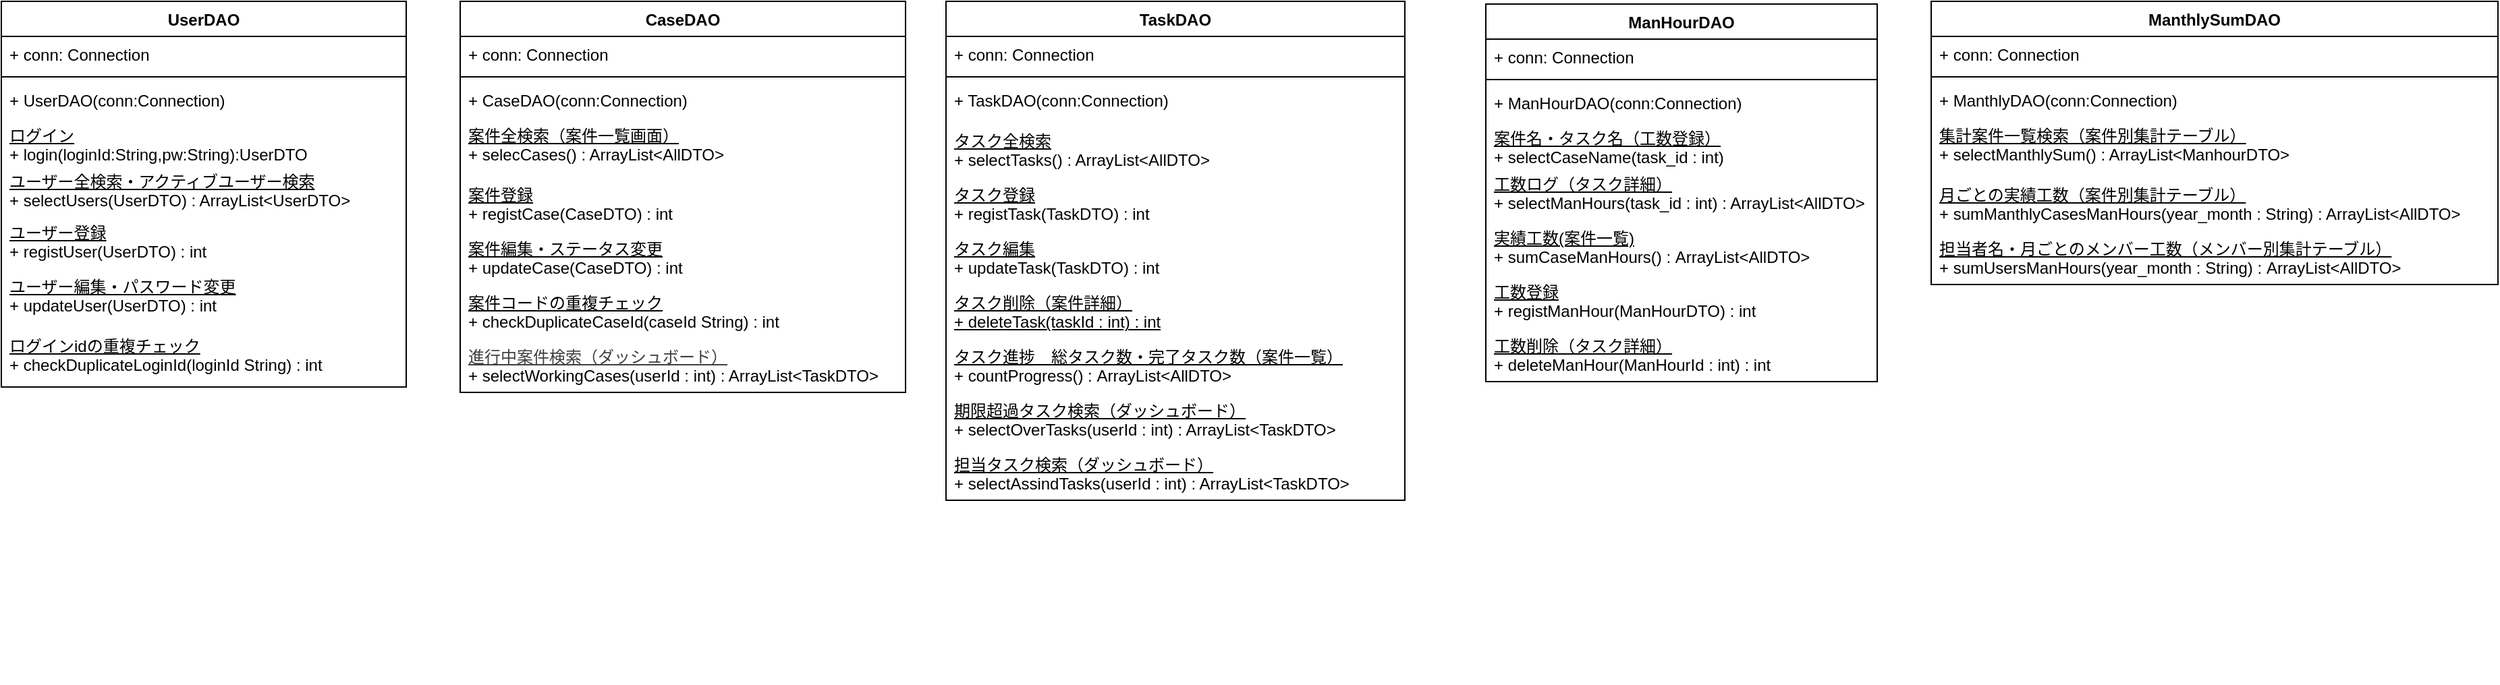
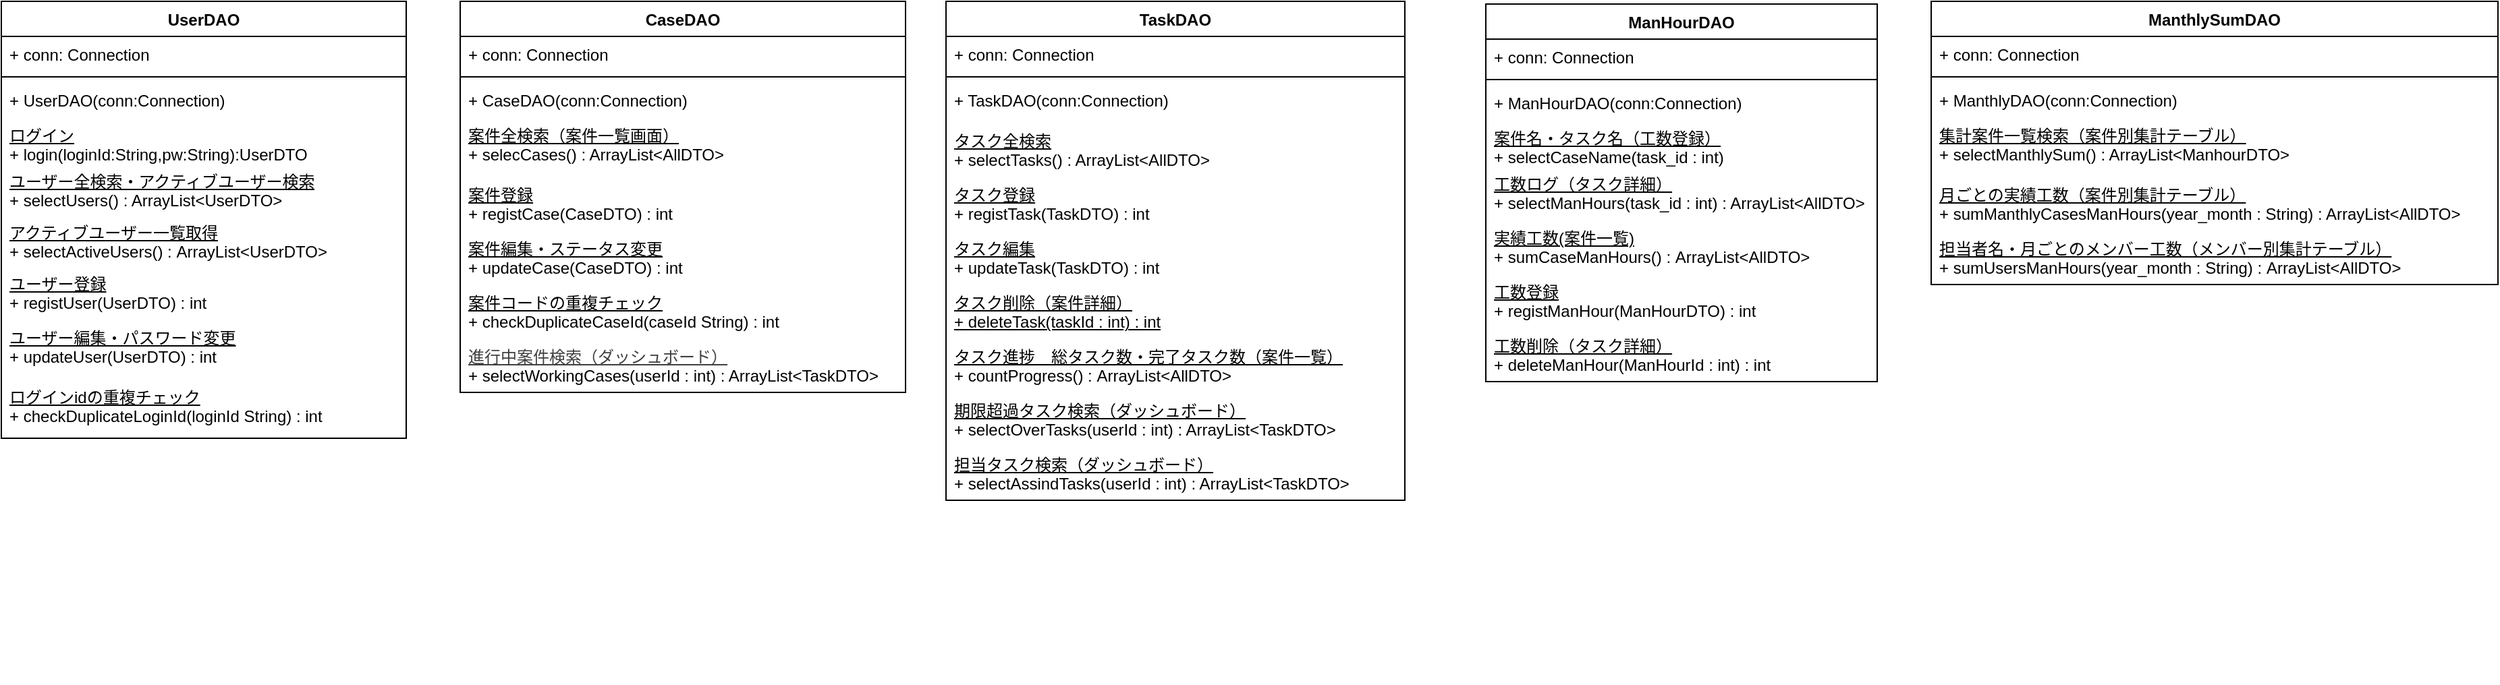
<mxfile host="65bd71144e">
    <diagram id="FiwLhSfAqCs7Xlh_osOK" name="ページ1">
-         <mxGraphModel dx="1072" dy="659" grid="1" gridSize="10" guides="1" tooltips="1" connect="1" arrows="1" fold="1" page="1" pageScale="1" pageWidth="827" pageHeight="1169" math="0" shadow="0">
+         <mxGraphModel dx="571" dy="549" grid="1" gridSize="10" guides="1" tooltips="1" connect="1" arrows="1" fold="1" page="1" pageScale="1" pageWidth="827" pageHeight="1169" math="0" shadow="0">
            <root>
                <mxCell id="0"/>
                <mxCell id="1" parent="0"/>
                <mxCell id="20" value="CaseDAO" style="swimlane;fontStyle=1;align=center;verticalAlign=top;childLayout=stackLayout;horizontal=1;startSize=26;horizontalStack=0;resizeParent=1;resizeParentMax=0;resizeLast=0;collapsible=1;marginBottom=0;whiteSpace=wrap;html=1;" parent="1" vertex="1">
                    <mxGeometry x="350" y="490" width="330" height="290" as="geometry"/>
                </mxCell>
                <mxCell id="21" value="+ conn: Connection" style="text;strokeColor=none;fillColor=none;align=left;verticalAlign=top;spacingLeft=4;spacingRight=4;overflow=hidden;rotatable=0;points=[[0,0.5],[1,0.5]];portConstraint=eastwest;whiteSpace=wrap;html=1;" parent="20" vertex="1">
                    <mxGeometry y="26" width="330" height="26" as="geometry"/>
                </mxCell>
                <mxCell id="22" value="" style="line;strokeWidth=1;fillColor=none;align=left;verticalAlign=middle;spacingTop=-1;spacingLeft=3;spacingRight=3;rotatable=0;labelPosition=right;points=[];portConstraint=eastwest;strokeColor=inherit;" parent="20" vertex="1">
                    <mxGeometry y="52" width="330" height="8" as="geometry"/>
                </mxCell>
                <mxCell id="23" value="+ CaseDAO(conn:Connection)" style="text;strokeColor=none;fillColor=none;align=left;verticalAlign=top;spacingLeft=4;spacingRight=4;overflow=hidden;rotatable=0;points=[[0,0.5],[1,0.5]];portConstraint=eastwest;whiteSpace=wrap;html=1;" parent="20" vertex="1">
                    <mxGeometry y="60" width="330" height="26" as="geometry"/>
                </mxCell>
                <mxCell id="30" value="&lt;div&gt;&lt;u&gt;&lt;font style=&quot;color: rgb(0, 0, 0);&quot;&gt;案件全検索（案件一覧画面）&lt;/font&gt;&lt;/u&gt;&lt;/div&gt;&lt;div&gt;&lt;font style=&quot;color: rgb(0, 0, 0);&quot;&gt;&lt;span style=&quot;background-color: transparent;&quot;&gt;+ selecCases(&lt;/span&gt;&lt;span style=&quot;background-color: transparent;&quot;&gt;) : ArrayList&amp;lt;AllDTO&amp;gt;&lt;/span&gt;&lt;/font&gt;&lt;/div&gt;" style="text;strokeColor=none;fillColor=none;align=left;verticalAlign=top;spacingLeft=4;spacingRight=4;overflow=hidden;rotatable=0;points=[[0,0.5],[1,0.5]];portConstraint=eastwest;whiteSpace=wrap;html=1;fontFamily=Helvetica;fontSize=12;fontColor=default;" parent="20" vertex="1">
                    <mxGeometry y="86" width="330" height="44" as="geometry"/>
                </mxCell>
                <mxCell id="54" value="&lt;div&gt;&lt;span&gt;&lt;u style=&quot;&quot;&gt;&lt;font style=&quot;color: rgb(0, 0, 0);&quot;&gt;案件登録&lt;/font&gt;&lt;/u&gt;&lt;/span&gt;&lt;/div&gt;&lt;span style=&quot;color: rgb(0, 0, 0);&quot;&gt;&lt;font style=&quot;color: rgb(0, 0, 0);&quot;&gt;+ registCase(CaseDTO) : int&lt;/font&gt;&lt;/span&gt;" style="text;strokeColor=none;fillColor=none;align=left;verticalAlign=top;spacingLeft=4;spacingRight=4;overflow=hidden;rotatable=0;points=[[0,0.5],[1,0.5]];portConstraint=eastwest;whiteSpace=wrap;html=1;fontFamily=Helvetica;fontSize=12;fontColor=default;" parent="20" vertex="1">
                    <mxGeometry y="130" width="330" height="40" as="geometry"/>
                </mxCell>
                <mxCell id="28" value="&lt;div&gt;&lt;u&gt;&lt;font style=&quot;color: rgb(0, 0, 0);&quot;&gt;案件編集・ステータス変更&lt;/font&gt;&lt;/u&gt;&lt;/div&gt;&lt;div&gt;&lt;span style=&quot;background-color: transparent;&quot;&gt;&lt;font style=&quot;color: rgb(0, 0, 0);&quot;&gt;+ updateCase(CaseDTO) : int&lt;/font&gt;&lt;/span&gt;&lt;/div&gt;" style="text;strokeColor=none;fillColor=none;align=left;verticalAlign=top;spacingLeft=4;spacingRight=4;overflow=hidden;rotatable=0;points=[[0,0.5],[1,0.5]];portConstraint=eastwest;whiteSpace=wrap;html=1;fontFamily=Helvetica;fontSize=12;fontColor=default;" parent="20" vertex="1">
                    <mxGeometry y="170" width="330" height="40" as="geometry"/>
                </mxCell>
                <mxCell id="95" value="&lt;u&gt;案件コードの重複チェック&lt;/u&gt;&lt;div&gt;+ checkDuplicateCaseId(caseId String) : int&amp;nbsp;&lt;/div&gt;" style="text;strokeColor=none;fillColor=none;align=left;verticalAlign=top;spacingLeft=4;spacingRight=4;overflow=hidden;rotatable=0;points=[[0,0.5],[1,0.5]];portConstraint=eastwest;whiteSpace=wrap;html=1;fontFamily=Helvetica;fontSize=12;fontColor=default;" parent="20" vertex="1">
                    <mxGeometry y="210" width="330" height="40" as="geometry"/>
                </mxCell>
-                 <mxCell id="96" value="&lt;div style=&quot;scrollbar-color: rgb(226, 226, 226) rgb(251, 251, 251); color: rgb(63, 63, 63);&quot;&gt;&lt;font style=&quot;scrollbar-color: rgb(226, 226, 226) rgb(251, 251, 251); color: rgb(63, 63, 63);&quot;&gt;&lt;u style=&quot;scrollbar-color: rgb(226, 226, 226) rgb(251, 251, 251); color: rgb(63, 63, 63);&quot;&gt;進行中案件検索（ダッシュボード）&lt;/u&gt;&lt;/font&gt;&lt;/div&gt;&lt;span style=&quot;scrollbar-color: rgb(226, 226, 226) rgb(251, 251, 251); color: rgb(0, 0, 0);&quot;&gt;+ selectWorkingCases(&lt;span style=&quot;scrollbar-color: rgb(226, 226, 226) rgb(251, 251, 251); color: rgb(0, 0, 0);&quot;&gt;userId : int&lt;/span&gt;) : ArrayList&amp;lt;TaskDTO&amp;gt;&lt;/span&gt;" style="text;strokeColor=none;fillColor=none;align=left;verticalAlign=top;spacingLeft=4;spacingRight=4;overflow=hidden;rotatable=0;points=[[0,0.5],[1,0.5]];portConstraint=eastwest;whiteSpace=wrap;html=1;fontFamily=Helvetica;fontSize=12;fontColor=default;" vertex="1" parent="20">
+                 <mxCell id="96" value="&lt;div style=&quot;scrollbar-color: rgb(226, 226, 226) rgb(251, 251, 251); color: rgb(63, 63, 63);&quot;&gt;&lt;font style=&quot;scrollbar-color: rgb(226, 226, 226) rgb(251, 251, 251); color: rgb(63, 63, 63);&quot;&gt;&lt;u style=&quot;scrollbar-color: rgb(226, 226, 226) rgb(251, 251, 251); color: rgb(63, 63, 63);&quot;&gt;進行中案件検索（ダッシュボード）&lt;/u&gt;&lt;/font&gt;&lt;/div&gt;&lt;span style=&quot;scrollbar-color: rgb(226, 226, 226) rgb(251, 251, 251); color: rgb(0, 0, 0);&quot;&gt;+ selectWorkingCases(&lt;span style=&quot;scrollbar-color: rgb(226, 226, 226) rgb(251, 251, 251); color: rgb(0, 0, 0);&quot;&gt;userId : int&lt;/span&gt;) : ArrayList&amp;lt;TaskDTO&amp;gt;&lt;/span&gt;" style="text;strokeColor=none;fillColor=none;align=left;verticalAlign=top;spacingLeft=4;spacingRight=4;overflow=hidden;rotatable=0;points=[[0,0.5],[1,0.5]];portConstraint=eastwest;whiteSpace=wrap;html=1;fontFamily=Helvetica;fontSize=12;fontColor=default;" parent="20" vertex="1">
                    <mxGeometry y="250" width="330" height="40" as="geometry"/>
                </mxCell>
                <mxCell id="27" style="text;strokeColor=none;fillColor=none;align=left;verticalAlign=top;spacingLeft=4;spacingRight=4;overflow=hidden;rotatable=0;points=[[0,0.5],[1,0.5]];portConstraint=eastwest;whiteSpace=wrap;html=1;" parent="20" vertex="1">
                    <mxGeometry y="290" width="330" as="geometry"/>
                </mxCell>
                <mxCell id="32" value="UserDAO" style="swimlane;fontStyle=1;align=center;verticalAlign=top;childLayout=stackLayout;horizontal=1;startSize=26;horizontalStack=0;resizeParent=1;resizeParentMax=0;resizeLast=0;collapsible=1;marginBottom=0;whiteSpace=wrap;html=1;" parent="1" vertex="1">
-                     <mxGeometry x="10" y="490" width="300" height="286" as="geometry"/>
+                     <mxGeometry x="10" y="490" width="300" height="324" as="geometry"/>
                </mxCell>
                <mxCell id="33" value="+ conn: Connection" style="text;strokeColor=none;fillColor=none;align=left;verticalAlign=top;spacingLeft=4;spacingRight=4;overflow=hidden;rotatable=0;points=[[0,0.5],[1,0.5]];portConstraint=eastwest;whiteSpace=wrap;html=1;" parent="32" vertex="1">
                    <mxGeometry y="26" width="300" height="26" as="geometry"/>
                </mxCell>
                <mxCell id="34" value="" style="line;strokeWidth=1;fillColor=none;align=left;verticalAlign=middle;spacingTop=-1;spacingLeft=3;spacingRight=3;rotatable=0;labelPosition=right;points=[];portConstraint=eastwest;strokeColor=inherit;" parent="32" vertex="1">
                    <mxGeometry y="52" width="300" height="8" as="geometry"/>
                </mxCell>
                <mxCell id="35" value="+ UserDAO(conn:Connection)" style="text;strokeColor=none;fillColor=none;align=left;verticalAlign=top;spacingLeft=4;spacingRight=4;overflow=hidden;rotatable=0;points=[[0,0.5],[1,0.5]];portConstraint=eastwest;whiteSpace=wrap;html=1;" parent="32" vertex="1">
                    <mxGeometry y="60" width="300" height="26" as="geometry"/>
                </mxCell>
                <mxCell id="41" value="&lt;div&gt;&lt;span style=&quot;background-color: transparent;&quot;&gt;&lt;u&gt;ログイン&lt;/u&gt;&lt;/span&gt;&lt;/div&gt;&lt;div&gt;&lt;span style=&quot;color: rgb(0, 0, 0);&quot;&gt;+ login(loginId:String,pw:String):UserDTO&lt;/span&gt;&lt;/div&gt;" style="text;strokeColor=none;fillColor=none;align=left;verticalAlign=top;spacingLeft=4;spacingRight=4;overflow=hidden;rotatable=0;points=[[0,0.5],[1,0.5]];portConstraint=eastwest;whiteSpace=wrap;html=1;" parent="32" vertex="1">
                    <mxGeometry y="86" width="300" height="34" as="geometry"/>
                </mxCell>
-                 <mxCell id="37" value="&lt;div&gt;&lt;span style=&quot;background-color: transparent;&quot;&gt;&lt;font style=&quot;color: rgb(0, 0, 0);&quot;&gt;&lt;u&gt;ユーザー全検索・アクティブユーザー検索&lt;/u&gt;&lt;/font&gt;&lt;/span&gt;&lt;/div&gt;&lt;div&gt;&lt;span style=&quot;background-color: transparent;&quot;&gt;&lt;font style=&quot;color: rgb(0, 0, 0);&quot;&gt;+ selectUsers(UserDTO) : ArrayList&amp;lt;UserDTO&amp;gt;&lt;/font&gt;&lt;/span&gt;&lt;/div&gt;" style="text;strokeColor=none;fillColor=none;align=left;verticalAlign=top;spacingLeft=4;spacingRight=4;overflow=hidden;rotatable=0;points=[[0,0.5],[1,0.5]];portConstraint=eastwest;whiteSpace=wrap;html=1;fontFamily=Helvetica;fontSize=12;fontColor=default;" parent="32" vertex="1">
+                 <mxCell id="37" value="&lt;div&gt;&lt;span style=&quot;background-color: transparent;&quot;&gt;&lt;font style=&quot;color: rgb(0, 0, 0);&quot;&gt;&lt;u&gt;ユーザー全検索・アクティブユーザー検索&lt;/u&gt;&lt;/font&gt;&lt;/span&gt;&lt;/div&gt;&lt;div&gt;&lt;span style=&quot;background-color: transparent;&quot;&gt;&lt;font style=&quot;color: rgb(0, 0, 0);&quot;&gt;+ selectUsers() : ArrayList&amp;lt;UserDTO&amp;gt;&lt;/font&gt;&lt;/span&gt;&lt;/div&gt;" style="text;strokeColor=none;fillColor=none;align=left;verticalAlign=top;spacingLeft=4;spacingRight=4;overflow=hidden;rotatable=0;points=[[0,0.5],[1,0.5]];portConstraint=eastwest;whiteSpace=wrap;html=1;fontFamily=Helvetica;fontSize=12;fontColor=default;" parent="32" vertex="1">
                    <mxGeometry y="120" width="300" height="38" as="geometry"/>
                </mxCell>
+                 <mxCell id="97" value="&lt;u&gt;アクティブユーザー一覧取得&lt;/u&gt;&lt;div&gt;+ selectActiveUsers() :&amp;nbsp;&lt;span style=&quot;color: rgb(0, 0, 0); background-color: transparent;&quot;&gt;ArrayList&amp;lt;UserDTO&amp;gt;&lt;/span&gt;&lt;/div&gt;" style="text;strokeColor=none;fillColor=none;align=left;verticalAlign=top;spacingLeft=4;spacingRight=4;overflow=hidden;rotatable=0;points=[[0,0.5],[1,0.5]];portConstraint=eastwest;whiteSpace=wrap;html=1;fontFamily=Helvetica;fontSize=12;fontColor=default;" vertex="1" parent="32">
+                     <mxGeometry y="158" width="300" height="38" as="geometry"/>
+                 </mxCell>
                <mxCell id="43" value="&lt;div&gt;&lt;font style=&quot;color: rgb(0, 0, 0);&quot;&gt;&lt;u&gt;ユーザー登録&lt;/u&gt;&lt;/font&gt;&lt;/div&gt;&lt;div&gt;&lt;font style=&quot;color: rgb(0, 0, 0);&quot;&gt;+ registUser(UserDTO) : int&lt;/font&gt;&lt;/div&gt;" style="text;strokeColor=none;fillColor=none;align=left;verticalAlign=top;spacingLeft=4;spacingRight=4;overflow=hidden;rotatable=0;points=[[0,0.5],[1,0.5]];portConstraint=eastwest;whiteSpace=wrap;html=1;fontFamily=Helvetica;fontSize=12;fontColor=default;" parent="32" vertex="1">
-                     <mxGeometry y="158" width="300" height="40" as="geometry"/>
+                     <mxGeometry y="196" width="300" height="40" as="geometry"/>
                </mxCell>
                <mxCell id="39" value="&lt;div&gt;&lt;u&gt;ユーザー編集・パスワード変更&lt;/u&gt;&lt;/div&gt;+ updateUser(UserDTO) : int" style="text;strokeColor=none;fillColor=none;align=left;verticalAlign=top;spacingLeft=4;spacingRight=4;overflow=hidden;rotatable=0;points=[[0,0.5],[1,0.5]];portConstraint=eastwest;whiteSpace=wrap;html=1;fontFamily=Helvetica;fontSize=12;fontColor=default;" parent="32" vertex="1">
-                     <mxGeometry y="198" width="300" height="44" as="geometry"/>
+                     <mxGeometry y="236" width="300" height="44" as="geometry"/>
                </mxCell>
                <mxCell id="94" value="&lt;u&gt;ログインidの重複チェック&lt;/u&gt;&lt;div&gt;+ checkDuplicateLoginId(loginId String) : int&lt;/div&gt;" style="text;strokeColor=none;fillColor=none;align=left;verticalAlign=top;spacingLeft=4;spacingRight=4;overflow=hidden;rotatable=0;points=[[0,0.5],[1,0.5]];portConstraint=eastwest;whiteSpace=wrap;html=1;fontFamily=Helvetica;fontSize=12;fontColor=default;" parent="32" vertex="1">
-                     <mxGeometry y="242" width="300" height="44" as="geometry"/>
+                     <mxGeometry y="280" width="300" height="44" as="geometry"/>
                </mxCell>
                <mxCell id="40" style="text;strokeColor=none;fillColor=none;align=left;verticalAlign=top;spacingLeft=4;spacingRight=4;overflow=hidden;rotatable=0;points=[[0,0.5],[1,0.5]];portConstraint=eastwest;whiteSpace=wrap;html=1;" parent="32" vertex="1">
-                     <mxGeometry y="286" width="300" as="geometry"/>
+                     <mxGeometry y="324" width="300" as="geometry"/>
                </mxCell>
                <mxCell id="45" value="TaskDAO" style="swimlane;fontStyle=1;align=center;verticalAlign=top;childLayout=stackLayout;horizontal=1;startSize=26;horizontalStack=0;resizeParent=1;resizeParentMax=0;resizeLast=0;collapsible=1;marginBottom=0;whiteSpace=wrap;html=1;" parent="1" vertex="1">
                    <mxGeometry x="710" y="490" width="340" height="370" as="geometry"/>
                </mxCell>
                <mxCell id="46" value="+ conn: Connection" style="text;strokeColor=none;fillColor=none;align=left;verticalAlign=top;spacingLeft=4;spacingRight=4;overflow=hidden;rotatable=0;points=[[0,0.5],[1,0.5]];portConstraint=eastwest;whiteSpace=wrap;html=1;" parent="45" vertex="1">
                    <mxGeometry y="26" width="340" height="26" as="geometry"/>
                </mxCell>
                <mxCell id="47" value="" style="line;strokeWidth=1;fillColor=none;align=left;verticalAlign=middle;spacingTop=-1;spacingLeft=3;spacingRight=3;rotatable=0;labelPosition=right;points=[];portConstraint=eastwest;strokeColor=inherit;" parent="45" vertex="1">
                    <mxGeometry y="52" width="340" height="8" as="geometry"/>
                </mxCell>
                <mxCell id="48" value="+ TaskDAO(conn:Connection)" style="text;strokeColor=none;fillColor=none;align=left;verticalAlign=top;spacingLeft=4;spacingRight=4;overflow=hidden;rotatable=0;points=[[0,0.5],[1,0.5]];portConstraint=eastwest;whiteSpace=wrap;html=1;" parent="45" vertex="1">
                    <mxGeometry y="60" width="340" height="30" as="geometry"/>
                </mxCell>
                <mxCell id="49" value="&lt;div&gt;&lt;u&gt;タスク全検索&lt;/u&gt;&lt;/div&gt;+ selectTasks() : ArrayList&amp;lt;AllDTO&amp;gt;" style="text;strokeColor=none;fillColor=none;align=left;verticalAlign=top;spacingLeft=4;spacingRight=4;overflow=hidden;rotatable=0;points=[[0,0.5],[1,0.5]];portConstraint=eastwest;whiteSpace=wrap;html=1;fontFamily=Helvetica;fontSize=12;fontColor=default;" parent="45" vertex="1">
                    <mxGeometry y="90" width="340" height="40" as="geometry"/>
                </mxCell>
                <mxCell id="51" value="&lt;div&gt;&lt;u&gt;タスク登録&lt;/u&gt;&lt;/div&gt;+ registTask(TaskDTO) : int" style="text;strokeColor=none;fillColor=none;align=left;verticalAlign=top;spacingLeft=4;spacingRight=4;overflow=hidden;rotatable=0;points=[[0,0.5],[1,0.5]];portConstraint=eastwest;whiteSpace=wrap;html=1;fontFamily=Helvetica;fontSize=12;fontColor=default;" parent="45" vertex="1">
                    <mxGeometry y="130" width="340" height="40" as="geometry"/>
                </mxCell>
                <mxCell id="52" value="&lt;div&gt;&lt;u&gt;タスク編集&lt;/u&gt;&lt;/div&gt;+ updateTask(TaskDTO) : int" style="text;strokeColor=none;fillColor=none;align=left;verticalAlign=top;spacingLeft=4;spacingRight=4;overflow=hidden;rotatable=0;points=[[0,0.5],[1,0.5]];portConstraint=eastwest;whiteSpace=wrap;html=1;fontFamily=Helvetica;fontSize=12;fontColor=default;" parent="45" vertex="1">
                    <mxGeometry y="170" width="340" height="40" as="geometry"/>
                </mxCell>
                <mxCell id="93" value="&lt;u&gt;タスク削除（案件詳細）&lt;/u&gt;&lt;div&gt;&lt;u&gt;&lt;font style=&quot;color: rgb(0, 0, 0);&quot;&gt;+ deleteTask(taskId : int) : int&lt;/font&gt;&lt;/u&gt;&lt;/div&gt;" style="text;strokeColor=none;fillColor=none;align=left;verticalAlign=top;spacingLeft=4;spacingRight=4;overflow=hidden;rotatable=0;points=[[0,0.5],[1,0.5]];portConstraint=eastwest;whiteSpace=wrap;html=1;fontFamily=Helvetica;fontSize=12;fontColor=default;" parent="45" vertex="1">
                    <mxGeometry y="210" width="340" height="40" as="geometry"/>
                </mxCell>
                <mxCell id="91" value="&lt;div&gt;&lt;u&gt;タスク進捗　総タスク数・完了タスク数（案件一覧）&lt;/u&gt;&lt;/div&gt;+ countProgress() :&amp;nbsp;&lt;span style=&quot;color: rgb(0, 0, 0);&quot;&gt;ArrayList&amp;lt;AllDTO&amp;gt;&lt;/span&gt;" style="text;strokeColor=none;fillColor=none;align=left;verticalAlign=top;spacingLeft=4;spacingRight=4;overflow=hidden;rotatable=0;points=[[0,0.5],[1,0.5]];portConstraint=eastwest;whiteSpace=wrap;html=1;fontFamily=Helvetica;fontSize=12;fontColor=default;" parent="45" vertex="1">
                    <mxGeometry y="250" width="340" height="40" as="geometry"/>
                </mxCell>
                <mxCell id="86" value="&lt;div&gt;&lt;font color=&quot;#000000&quot;&gt;&lt;u&gt;期限超過タスク検索（ダッシュボード）&lt;/u&gt;&lt;/font&gt;&lt;/div&gt;&lt;span style=&quot;color: rgb(0, 0, 0);&quot;&gt;+ selectOverTasks(&lt;span style=&quot;color: rgb(0, 0, 0);&quot;&gt;userId : int&lt;/span&gt;) : ArrayList&amp;lt;TaskDTO&amp;gt;&lt;/span&gt;" style="text;strokeColor=none;fillColor=none;align=left;verticalAlign=top;spacingLeft=4;spacingRight=4;overflow=hidden;rotatable=0;points=[[0,0.5],[1,0.5]];portConstraint=eastwest;whiteSpace=wrap;html=1;fontFamily=Helvetica;fontSize=12;fontColor=default;" parent="45" vertex="1">
                    <mxGeometry y="290" width="340" height="40" as="geometry"/>
                </mxCell>
                <mxCell id="85" value="&lt;div&gt;&lt;span style=&quot;color: rgb(0, 0, 0);&quot;&gt;&lt;u&gt;担当タスク検索（ダッシュボード）&lt;/u&gt;&lt;/span&gt;&lt;/div&gt;&lt;span style=&quot;color: rgb(0, 0, 0);&quot;&gt;+ selectAssindTasks(&lt;span style=&quot;color: rgb(0, 0, 0);&quot;&gt;userId : int&lt;/span&gt;) : ArrayList&amp;lt;TaskDTO&amp;gt;&lt;/span&gt;" style="text;strokeColor=none;fillColor=none;align=left;verticalAlign=top;spacingLeft=4;spacingRight=4;overflow=hidden;rotatable=0;points=[[0,0.5],[1,0.5]];portConstraint=eastwest;whiteSpace=wrap;html=1;fontFamily=Helvetica;fontSize=12;fontColor=default;" parent="45" vertex="1">
                    <mxGeometry y="330" width="340" height="40" as="geometry"/>
                </mxCell>
                <mxCell id="53" style="text;strokeColor=none;fillColor=none;align=left;verticalAlign=top;spacingLeft=4;spacingRight=4;overflow=hidden;rotatable=0;points=[[0,0.5],[1,0.5]];portConstraint=eastwest;whiteSpace=wrap;html=1;" parent="45" vertex="1">
                    <mxGeometry y="370" width="340" as="geometry"/>
                </mxCell>
                <mxCell id="55" value="ManHourDAO" style="swimlane;fontStyle=1;align=center;verticalAlign=top;childLayout=stackLayout;horizontal=1;startSize=26;horizontalStack=0;resizeParent=1;resizeParentMax=0;resizeLast=0;collapsible=1;marginBottom=0;whiteSpace=wrap;html=1;" parent="1" vertex="1">
                    <mxGeometry x="1110" y="492" width="290" height="280" as="geometry"/>
                </mxCell>
                <mxCell id="56" value="&lt;span style=&quot;color: rgb(0, 0, 0);&quot;&gt;+ conn: Connection&lt;/span&gt;" style="text;strokeColor=none;fillColor=none;align=left;verticalAlign=top;spacingLeft=4;spacingRight=4;overflow=hidden;rotatable=0;points=[[0,0.5],[1,0.5]];portConstraint=eastwest;whiteSpace=wrap;html=1;" parent="55" vertex="1">
                    <mxGeometry y="26" width="290" height="26" as="geometry"/>
                </mxCell>
                <mxCell id="57" value="" style="line;strokeWidth=1;fillColor=none;align=left;verticalAlign=middle;spacingTop=-1;spacingLeft=3;spacingRight=3;rotatable=0;labelPosition=right;points=[];portConstraint=eastwest;strokeColor=inherit;" parent="55" vertex="1">
                    <mxGeometry y="52" width="290" height="8" as="geometry"/>
                </mxCell>
                <mxCell id="58" value="+ ManHourDAO(conn:Connection)" style="text;strokeColor=none;fillColor=none;align=left;verticalAlign=top;spacingLeft=4;spacingRight=4;overflow=hidden;rotatable=0;points=[[0,0.5],[1,0.5]];portConstraint=eastwest;whiteSpace=wrap;html=1;" parent="55" vertex="1">
                    <mxGeometry y="60" width="290" height="26" as="geometry"/>
                </mxCell>
                <mxCell id="62" value="&lt;div&gt;&lt;u&gt;案件名・タスク名（工数登録）&lt;/u&gt;&lt;/div&gt;+ selectC&lt;span style=&quot;color: rgb(0, 0, 0);&quot;&gt;aseName&lt;/span&gt;(task_id : int) &lt;span style=&quot;color: rgb(0, 0, 0);&quot;&gt;:&amp;nbsp;&lt;/span&gt;&lt;span style=&quot;color: rgb(0, 0, 0);&quot;&gt;ArrayList&amp;lt;AllDTO&amp;gt;&lt;/span&gt;" style="text;strokeColor=none;fillColor=none;align=left;verticalAlign=top;spacingLeft=4;spacingRight=4;overflow=hidden;rotatable=0;points=[[0,0.5],[1,0.5]];portConstraint=eastwest;whiteSpace=wrap;html=1;" parent="55" vertex="1">
                    <mxGeometry y="86" width="290" height="34" as="geometry"/>
                </mxCell>
                <mxCell id="80" value="&lt;div&gt;&lt;u&gt;工数ログ（タスク詳細）&lt;/u&gt;&lt;/div&gt;+ selectManHours(task_id : int) : ArrayList&amp;lt;AllDTO&amp;gt;" style="text;strokeColor=none;fillColor=none;align=left;verticalAlign=top;spacingLeft=4;spacingRight=4;overflow=hidden;rotatable=0;points=[[0,0.5],[1,0.5]];portConstraint=eastwest;whiteSpace=wrap;html=1;" parent="55" vertex="1">
                    <mxGeometry y="120" width="290" height="40" as="geometry"/>
                </mxCell>
                <mxCell id="92" value="&lt;div&gt;&lt;u&gt;実績工数(案件一覧)&lt;/u&gt;&lt;/div&gt;+ sumCaseManHours() :&amp;nbsp;&lt;span style=&quot;color: rgb(0, 0, 0);&quot;&gt;ArrayList&amp;lt;AllDTO&amp;gt;&lt;/span&gt;" style="text;strokeColor=none;fillColor=none;align=left;verticalAlign=top;spacingLeft=4;spacingRight=4;overflow=hidden;rotatable=0;points=[[0,0.5],[1,0.5]];portConstraint=eastwest;whiteSpace=wrap;html=1;" parent="55" vertex="1">
                    <mxGeometry y="160" width="290" height="40" as="geometry"/>
                </mxCell>
                <mxCell id="61" value="&lt;div&gt;&lt;u&gt;工数登録&lt;/u&gt;&lt;/div&gt;+ registManHour(ManHourDTO) : int" style="text;strokeColor=none;fillColor=none;align=left;verticalAlign=top;spacingLeft=4;spacingRight=4;overflow=hidden;rotatable=0;points=[[0,0.5],[1,0.5]];portConstraint=eastwest;whiteSpace=wrap;html=1;" parent="55" vertex="1">
                    <mxGeometry y="200" width="290" height="40" as="geometry"/>
                </mxCell>
                <mxCell id="64" value="&lt;div&gt;&lt;u&gt;工数削除（タスク詳細）&lt;/u&gt;&lt;/div&gt;+ deleteManHour(ManHourId : int) : int" style="text;strokeColor=none;fillColor=none;align=left;verticalAlign=top;spacingLeft=4;spacingRight=4;overflow=hidden;rotatable=0;points=[[0,0.5],[1,0.5]];portConstraint=eastwest;whiteSpace=wrap;html=1;" parent="55" vertex="1">
                    <mxGeometry y="240" width="290" height="40" as="geometry"/>
                </mxCell>
                <mxCell id="59" style="text;strokeColor=none;fillColor=none;align=left;verticalAlign=top;spacingLeft=4;spacingRight=4;overflow=hidden;rotatable=0;points=[[0,0.5],[1,0.5]];portConstraint=eastwest;whiteSpace=wrap;html=1;" parent="1" vertex="1">
                    <mxGeometry x="390" y="970" width="290" height="26" as="geometry"/>
                </mxCell>
                <mxCell id="65" value="ManthlySumDAO" style="swimlane;fontStyle=1;align=center;verticalAlign=top;childLayout=stackLayout;horizontal=1;startSize=26;horizontalStack=0;resizeParent=1;resizeParentMax=0;resizeLast=0;collapsible=1;marginBottom=0;whiteSpace=wrap;html=1;" parent="1" vertex="1">
                    <mxGeometry x="1440" y="490" width="420" height="210" as="geometry"/>
                </mxCell>
                <mxCell id="66" value="&lt;span style=&quot;color: rgb(0, 0, 0);&quot;&gt;+ conn: Connection&lt;/span&gt;" style="text;strokeColor=none;fillColor=none;align=left;verticalAlign=top;spacingLeft=4;spacingRight=4;overflow=hidden;rotatable=0;points=[[0,0.5],[1,0.5]];portConstraint=eastwest;whiteSpace=wrap;html=1;" parent="65" vertex="1">
                    <mxGeometry y="26" width="420" height="26" as="geometry"/>
                </mxCell>
                <mxCell id="67" value="" style="line;strokeWidth=1;fillColor=none;align=left;verticalAlign=middle;spacingTop=-1;spacingLeft=3;spacingRight=3;rotatable=0;labelPosition=right;points=[];portConstraint=eastwest;strokeColor=inherit;" parent="65" vertex="1">
                    <mxGeometry y="52" width="420" height="8" as="geometry"/>
                </mxCell>
                <mxCell id="68" value="+ ManthlyDAO(conn:Connection)" style="text;strokeColor=none;fillColor=none;align=left;verticalAlign=top;spacingLeft=4;spacingRight=4;overflow=hidden;rotatable=0;points=[[0,0.5],[1,0.5]];portConstraint=eastwest;whiteSpace=wrap;html=1;" parent="65" vertex="1">
                    <mxGeometry y="60" width="420" height="26" as="geometry"/>
                </mxCell>
                <mxCell id="69" value="&lt;div&gt;&lt;u&gt;集計案件一覧検索（案件別集計テーブル）&lt;/u&gt;&lt;/div&gt;+ selectManthlySum() : ArrayList&amp;lt;ManhourDTO&amp;gt;" style="text;strokeColor=none;fillColor=none;align=left;verticalAlign=top;spacingLeft=4;spacingRight=4;overflow=hidden;rotatable=0;points=[[0,0.5],[1,0.5]];portConstraint=eastwest;whiteSpace=wrap;html=1;" parent="65" vertex="1">
                    <mxGeometry y="86" width="420" height="44" as="geometry"/>
                </mxCell>
                <mxCell id="77" value="&lt;div&gt;&lt;span style=&quot;color: rgb(0, 0, 0);&quot;&gt;&lt;u&gt;月ごとの実績工数（案件別集計テーブル）&lt;/u&gt;&lt;/span&gt;&lt;/div&gt;&lt;span style=&quot;color: rgb(0, 0, 0);&quot;&gt;+ sumManthlyCasesManHours&lt;span style=&quot;color: rgb(0, 0, 0);&quot;&gt;(year_month : String)&lt;/span&gt;&amp;nbsp;: ArrayList&amp;lt;AllDTO&amp;gt;&lt;/span&gt;" style="text;strokeColor=none;fillColor=none;align=left;verticalAlign=top;spacingLeft=4;spacingRight=4;overflow=hidden;rotatable=0;points=[[0,0.5],[1,0.5]];portConstraint=eastwest;whiteSpace=wrap;html=1;" parent="65" vertex="1">
                    <mxGeometry y="130" width="420" height="40" as="geometry"/>
                </mxCell>
                <mxCell id="78" value="&lt;div&gt;&lt;u&gt;担当者名・月ごとのメンバー工数（メンバー別集計テーブル）&lt;/u&gt;&lt;/div&gt;+ sumUsersManHours&lt;span style=&quot;color: rgb(0, 0, 0);&quot;&gt;(year_month : String)&lt;/span&gt;&amp;nbsp;:&amp;nbsp;&lt;span style=&quot;color: rgb(0, 0, 0);&quot;&gt;ArrayList&amp;lt;AllDTO&amp;gt;&lt;/span&gt;" style="text;strokeColor=none;fillColor=none;align=left;verticalAlign=top;spacingLeft=4;spacingRight=4;overflow=hidden;rotatable=0;points=[[0,0.5],[1,0.5]];portConstraint=eastwest;whiteSpace=wrap;html=1;" parent="65" vertex="1">
                    <mxGeometry y="170" width="420" height="40" as="geometry"/>
                </mxCell>
            </root>
        </mxGraphModel>
    </diagram>
</mxfile>